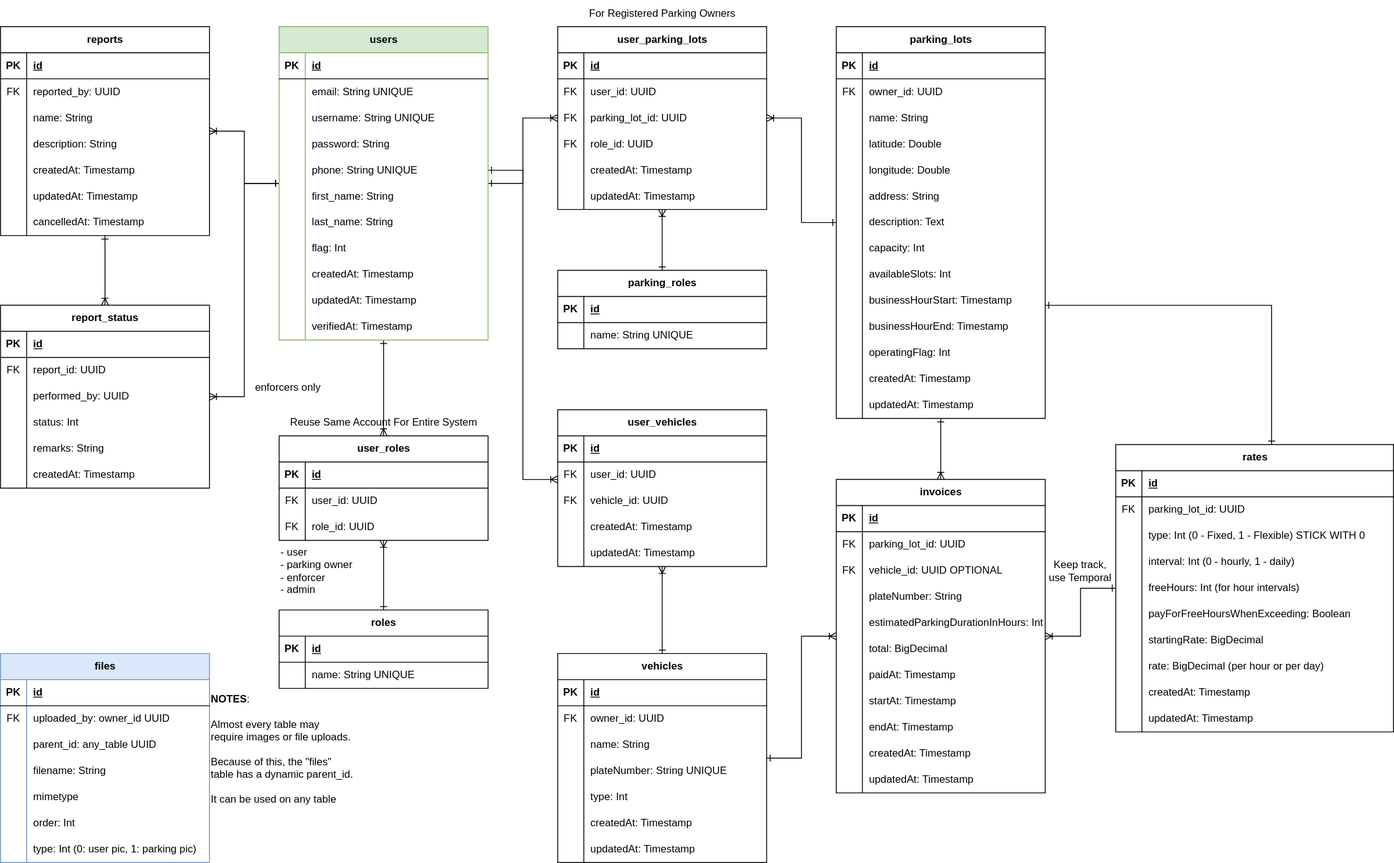
This is docs/erd.svg from chatchatabc/parking-backend-spring, a draw.io export, as it was before one commit. Source tidied: cells renumbered, new cells last; positions are measured from the earlier drawing's top-left corner, leaving out a move shared by most shapes.
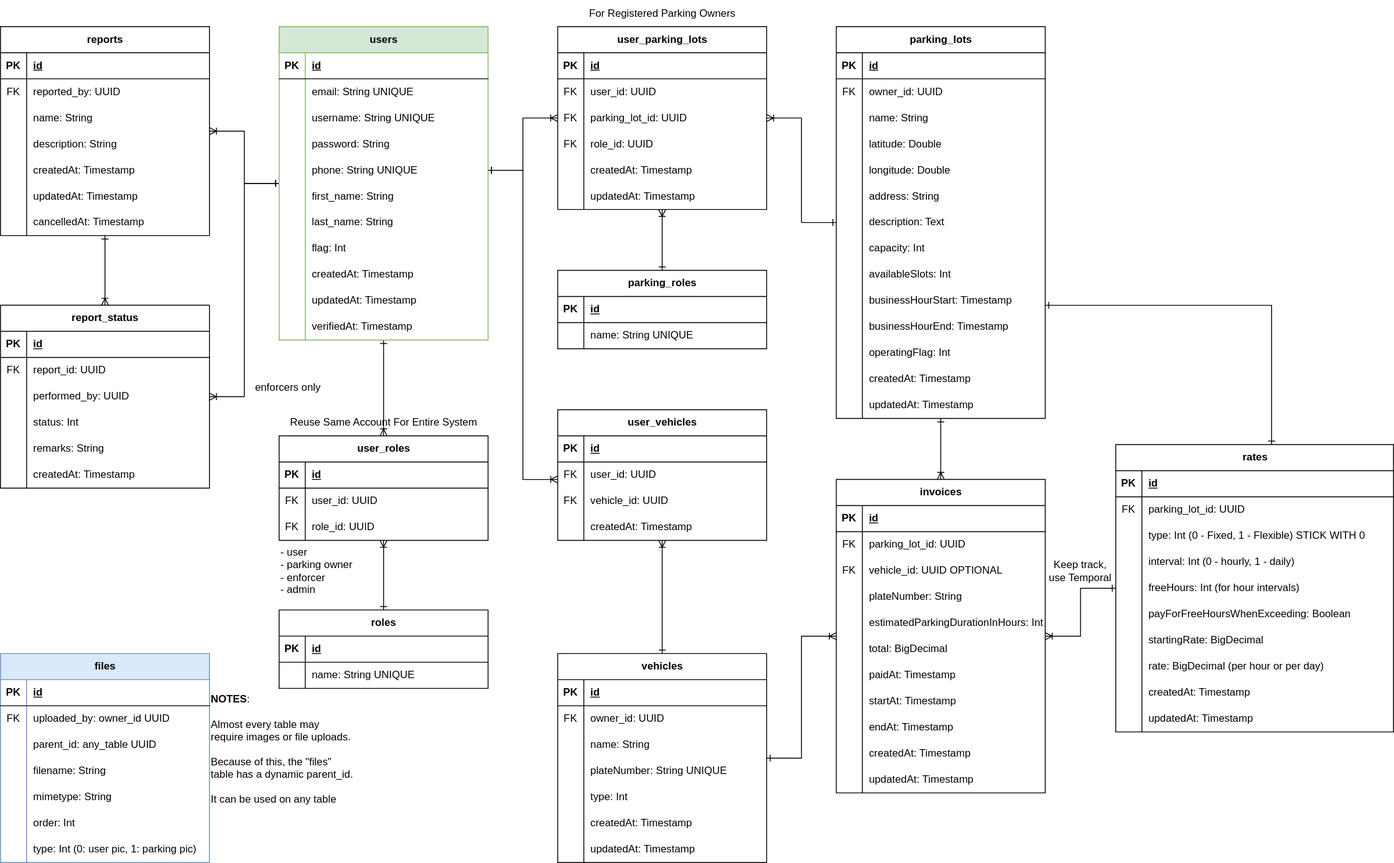
The same file after the commit.

What changed in the source:
```diff
@@ -47,7 +47,7 @@
     <mxCell id="16" style="shape=partialRectangle;fillColor=none;top=0;left=0;bottom=0;right=0;overflow=hidden;whiteSpace=wrap;html=1;" parent="15" vertex="1">
       <mxGeometry width="30" height="30" as="geometry" />
     </mxCell>
-    <mxCell id="17" value="mimetype" style="shape=partialRectangle;fillColor=none;top=0;left=0;bottom=0;right=0;align=left;spacingLeft=6;overflow=hidden;whiteSpace=wrap;html=1;" parent="15" vertex="1">
+    <mxCell id="17" value="mimetype: String" style="shape=partialRectangle;fillColor=none;top=0;left=0;bottom=0;right=0;align=left;spacingLeft=6;overflow=hidden;whiteSpace=wrap;html=1;" parent="15" vertex="1">
       <mxGeometry x="30" width="210" height="30" as="geometry" />
     </mxCell>
     <mxCell id="18" style="shape=tableRow;horizontal=0;startSize=0;swimlaneHead=0;swimlaneBody=0;fillColor=none;top=0;left=0;right=0;bottom=0;" parent="2" vertex="1">
@@ -343,7 +343,7 @@
         </Array>
       </mxGeometry>
     </mxCell>
-    <mxCell id="114" style="edgeStyle=orthogonalEdgeStyle;rounded=0;jettySize=auto;html=1;startArrow=ERone;startFill=0;endArrow=ERoneToMany;endFill=0;" parent="1" edge="1" source="118" target="238">
+    <mxCell id="114" style="edgeStyle=orthogonalEdgeStyle;rounded=0;jettySize=auto;html=1;startArrow=ERone;startFill=0;endArrow=ERoneToMany;endFill=0;exitX=1;exitY=0.5;exitDx=0;exitDy=0;" parent="1" edge="1" source="131" target="238">
       <mxGeometry relative="1" as="geometry" />
     </mxCell>
     <mxCell id="115" style="edgeStyle=orthogonalEdgeStyle;rounded=0;jettySize=auto;html=1;startArrow=ERone;startFill=0;endArrow=ERoneToMany;endFill=0;" parent="1" edge="1" source="118" target="266">
@@ -530,7 +530,7 @@
       <mxGeometry x="30" width="210" height="30" as="geometry" />
     </mxCell>
     <mxCell id="176" value="user_vehicles" style="shape=table;startSize=30;rowLines=0;fontStyle=1;align=center;html=1;" parent="1" vertex="1">
-      <mxGeometry x="640" y="470" width="240" height="180" as="geometry" />
+      <mxGeometry x="640" y="470" width="240" height="150" as="geometry" />
     </mxCell>
     <mxCell id="177" style="shape=tableRow;horizontal=0;startSize=0;swimlaneHead=0;swimlaneBody=0;fillColor=none;top=0;left=0;right=0;bottom=1;" parent="176" vertex="1">
       <mxGeometry y="30" width="240" height="30" as="geometry" />
@@ -568,15 +568,6 @@
     <mxCell id="188" value="createdAt: Timestamp" style="shape=partialRectangle;fillColor=none;top=0;left=0;bottom=0;right=0;align=left;spacingLeft=6;overflow=hidden;whiteSpace=wrap;html=1;" parent="186" vertex="1">
       <mxGeometry x="30" width="210" height="30" as="geometry" />
     </mxCell>
-    <mxCell id="189" style="shape=tableRow;horizontal=0;startSize=0;swimlaneHead=0;swimlaneBody=0;fillColor=none;top=0;left=0;right=0;bottom=0;" parent="176" vertex="1">
-      <mxGeometry y="150" width="240" height="30" as="geometry" />
-    </mxCell>
-    <mxCell id="190" style="shape=partialRectangle;fillColor=none;top=0;left=0;bottom=0;right=0;overflow=hidden;whiteSpace=wrap;html=1;" parent="189" vertex="1">
-      <mxGeometry width="30" height="30" as="geometry" />
-    </mxCell>
-    <mxCell id="191" value="updatedAt: Timestamp" style="shape=partialRectangle;fillColor=none;top=0;left=0;bottom=0;right=0;align=left;spacingLeft=6;overflow=hidden;whiteSpace=wrap;html=1;" parent="189" vertex="1">
-      <mxGeometry x="30" width="210" height="30" as="geometry" />
-    </mxCell>
     <mxCell id="192" style="edgeStyle=orthogonalEdgeStyle;rounded=0;jettySize=auto;html=1;startArrow=ERone;startFill=0;endArrow=ERoneToMany;endFill=0;" parent="1" edge="1" source="195" target="238">
       <mxGeometry relative="1" as="geometry" />
     </mxCell>
```
